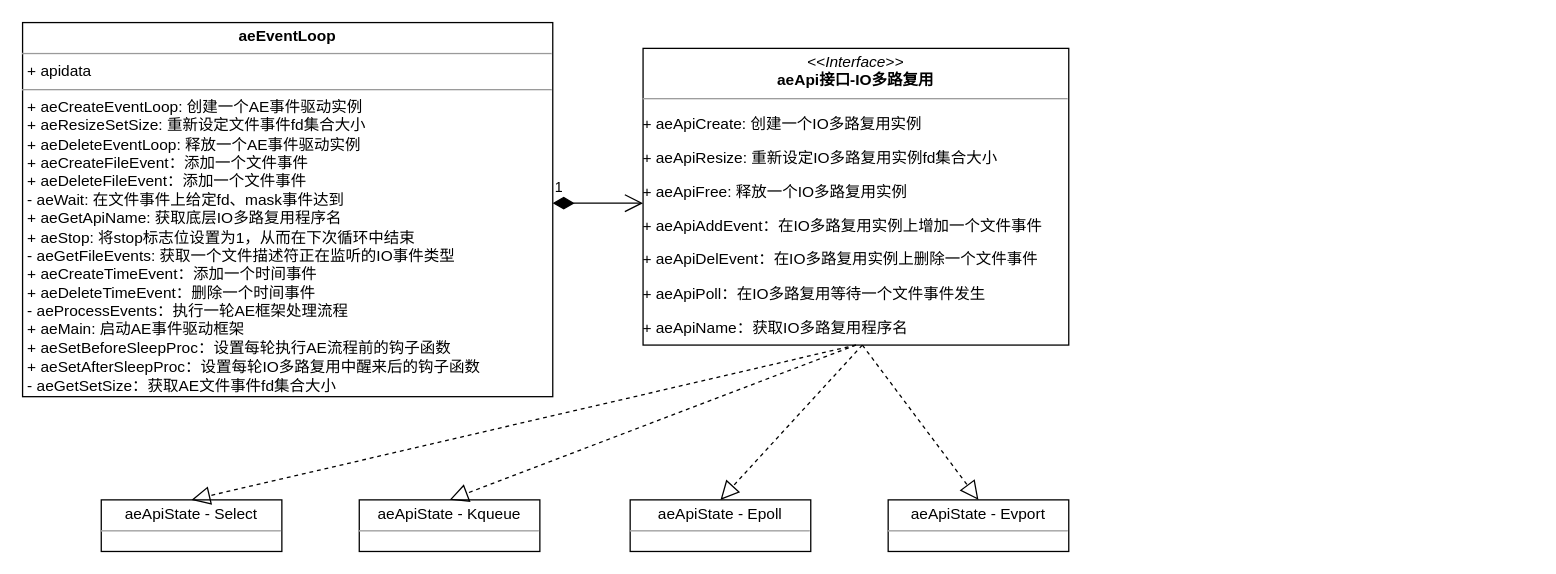
Before: ae_class.drawio in bulletjet786/drawio, a draw.io diagram. Source tidied: cells renumbered, new cells numbered last; positions are measured from the earlier drawing's top-left corner, leaving out a move shared by most shapes. Both pictures are drawn from the tidied source at 129%, with x=0, y=0 at pixel (22, 22).
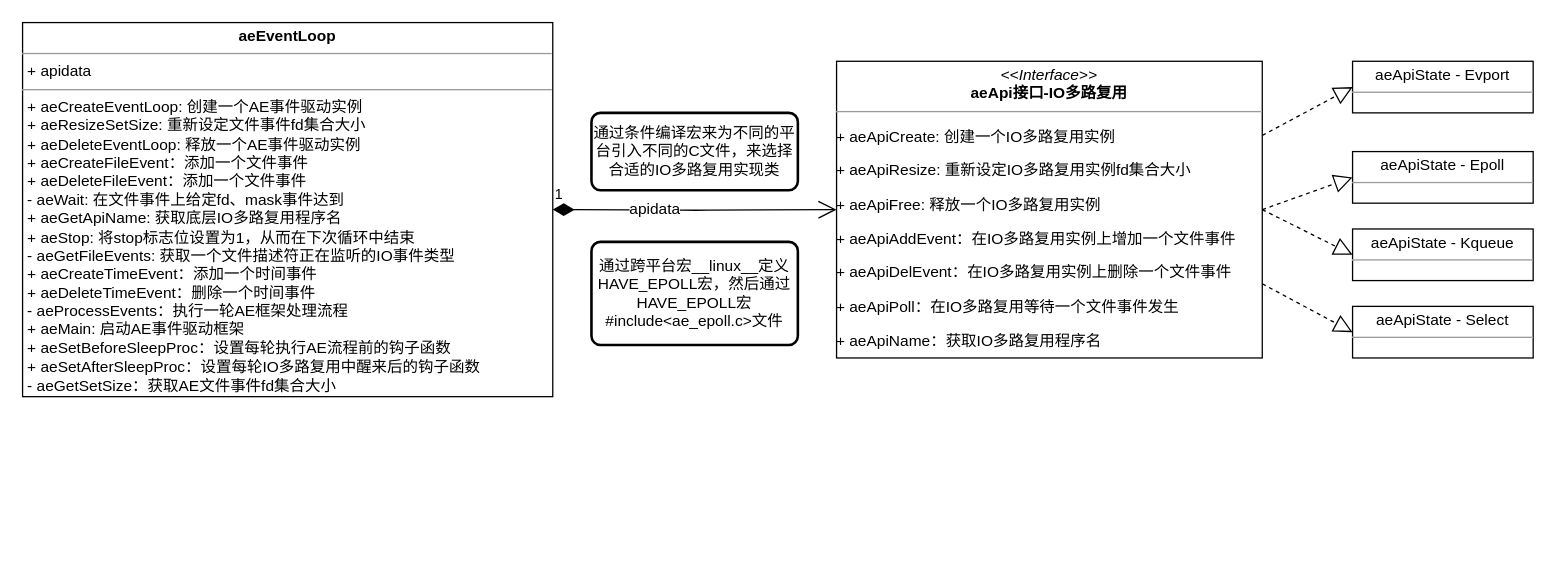
The same page after the edit.

What changed in the source:
```diff
@@
 <mxGraphModel>
   <root>
     <mxCell id="0" />
     <mxCell id="1" parent="0" />
     <mxCell id="2" value="&lt;p style=&quot;margin: 0px ; margin-top: 4px ; text-align: center&quot;&gt;&lt;b&gt;aeEventLoop&lt;/b&gt;&lt;/p&gt;&lt;hr size=&quot;1&quot;&gt;&lt;p style=&quot;margin: 0px ; margin-left: 4px&quot;&gt;+ apidata&lt;/p&gt;&lt;hr size=&quot;1&quot;&gt;&lt;p style=&quot;margin: 0px ; margin-left: 4px&quot;&gt;+ aeCreateEventLoop: 创建一个AE事件驱动实例&lt;/p&gt;&lt;p style=&quot;margin: 0px ; margin-left: 4px&quot;&gt;+&amp;nbsp;&lt;span&gt;aeResizeSetSize: 重新设定文件事件fd集合大小&lt;/span&gt;&lt;/p&gt;&lt;p style=&quot;margin: 0px ; margin-left: 4px&quot;&gt;+&amp;nbsp;&lt;span&gt;aeDeleteEventLoop&lt;/span&gt;&lt;span&gt;: 释放一个AE事件驱动实例&lt;/span&gt;&lt;/p&gt;&lt;p style=&quot;margin: 0px ; margin-left: 4px&quot;&gt;&lt;span&gt;+&amp;nbsp;&lt;/span&gt;&lt;span&gt;aeCreateFileEvent：添加一个文件事件&lt;/span&gt;&lt;/p&gt;&lt;p style=&quot;margin: 0px ; margin-left: 4px&quot;&gt;+&amp;nbsp;&lt;span&gt;aeDeleteFileEvent：&lt;/span&gt;&lt;span&gt;添加一个文件事件&lt;/span&gt;&lt;/p&gt;&lt;p style=&quot;margin: 0px ; margin-left: 4px&quot;&gt;&lt;span&gt;-&amp;nbsp;&lt;/span&gt;&lt;span&gt;aeWait: 在文件事件上给定fd、mask事件达到&lt;/span&gt;&lt;/p&gt;&lt;p style=&quot;margin: 0px ; margin-left: 4px&quot;&gt;&lt;span&gt;+&amp;nbsp;&lt;/span&gt;&lt;span&gt;aeGetApiName: 获取底层IO多路复用程序名&lt;/span&gt;&lt;/p&gt;&lt;p style=&quot;margin: 0px ; margin-left: 4px&quot;&gt;&lt;span&gt;+ aeStop: 将stop标志位设置为1，从而在下次循环中结束&lt;/span&gt;&lt;/p&gt;&lt;p style=&quot;margin: 0px ; margin-left: 4px&quot;&gt;&lt;span&gt;-&amp;nbsp;&lt;/span&gt;&lt;span&gt;aeGetFileEvents:&amp;nbsp;&lt;/span&gt;&lt;span&gt;获取一个文件描述符正在监听的&lt;/span&gt;&lt;span&gt;IO&lt;/span&gt;&lt;span&gt;事件类型&lt;/span&gt;&lt;/p&gt;&lt;p style=&quot;margin: 0px ; margin-left: 4px&quot;&gt;&lt;span&gt;+&amp;nbsp;&lt;/span&gt;&lt;span&gt;aeCreateTimeEvent：添加一个时间事件&lt;/span&gt;&lt;/p&gt;&lt;p style=&quot;margin: 0px ; margin-left: 4px&quot;&gt;&lt;span&gt;+&amp;nbsp;&lt;/span&gt;&lt;span&gt;aeDeleteTimeEvent：删除一个时间事件&lt;/span&gt;&lt;/p&gt;&lt;p style=&quot;margin: 0px ; margin-left: 4px&quot;&gt;&lt;span&gt;-&amp;nbsp;&lt;/span&gt;&lt;span&gt;aeProcessEvents：执行一轮AE框架处理流程&lt;/span&gt;&lt;/p&gt;&lt;p style=&quot;margin: 0px ; margin-left: 4px&quot;&gt;&lt;span&gt;+ aeMain: 启动AE事件驱动框架&lt;/span&gt;&lt;/p&gt;&lt;p style=&quot;margin: 0px ; margin-left: 4px&quot;&gt;&lt;span&gt;+&amp;nbsp;&lt;/span&gt;&lt;span&gt;aeSetBeforeSleepProc：设置每轮执行AE流程前的钩子函数&lt;/span&gt;&lt;/p&gt;&lt;p style=&quot;margin: 0px ; margin-left: 4px&quot;&gt;&lt;span&gt;+&amp;nbsp;&lt;/span&gt;&lt;span&gt;aeSetAfterSleepProc：设置每轮IO多路复用中醒来后的钩子函数&lt;/span&gt;&lt;/p&gt;&lt;p style=&quot;margin: 0px ; margin-left: 4px&quot;&gt;&lt;span&gt;-&amp;nbsp;&lt;/span&gt;&lt;span&gt;aeGetSetSize：获取AE文件事件fd集合大小&lt;/span&gt;&lt;/p&gt;" style="verticalAlign=top;align=left;overflow=fill;fontSize=12;fontFamily=Helvetica;html=1;" parent="1" vertex="1">
       <mxGeometry width="411" height="290" as="geometry" />
     </mxCell>
     <mxCell id="3" value="&lt;p style=&quot;margin: 0px ; margin-top: 4px ; text-align: center&quot;&gt;&lt;i&gt;&amp;lt;&amp;lt;Interface&amp;gt;&amp;gt;&lt;/i&gt;&lt;br&gt;&lt;b&gt;aeApi接口-IO多路复用&lt;/b&gt;&lt;/p&gt;&lt;hr size=&quot;1&quot;&gt;&lt;p style=&quot;margin: 0px ; margin-left: 4px&quot;&gt;&lt;/p&gt;&lt;p&gt;+&amp;nbsp;&lt;span&gt;aeApiCreate&lt;/span&gt;&lt;span&gt;: 创建一个IO多路复用实例&lt;/span&gt;&lt;/p&gt;&lt;p&gt;+ aeApiResize: 重新设定IO多路复用实例fd集合大小&lt;/p&gt;&lt;p&gt;+&amp;nbsp;aeApiFree: 释放一个IO多路复用实例&lt;/p&gt;&lt;p&gt;+&amp;nbsp;aeApiAddEvent：在IO多路复用实例上增加一个文件事件&lt;/p&gt;&lt;p&gt;+&amp;nbsp;aeApiDelEvent：在IO多路复用实例上删除一个文件事件&lt;/p&gt;&lt;p&gt;&lt;span&gt;+&amp;nbsp;aeApiPoll：在IO多路复用等待一个文件事件发生&lt;/span&gt;&lt;/p&gt;&lt;p&gt;+ aeApiName：获取IO多路复用程序名&lt;/p&gt;" style="verticalAlign=top;align=left;overflow=fill;fontSize=12;fontFamily=Helvetica;html=1;" parent="1" vertex="1">
-      <mxGeometry x="481" y="20" width="330" height="230" as="geometry" />
+      <mxGeometry x="631" y="30" width="330" height="230" as="geometry" />
     </mxCell>
-    <mxCell id="4" value="1" style="endArrow=open;html=1;endSize=12;startArrow=diamondThin;startSize=14;startFill=1;edgeStyle=orthogonalEdgeStyle;align=left;verticalAlign=bottom;" parent="1" edge="1">
+    <mxCell id="4" value="1" style="endArrow=open;html=1;endSize=12;startArrow=diamondThin;startSize=14;startFill=1;edgeStyle=orthogonalEdgeStyle;align=left;verticalAlign=bottom;entryX=0;entryY=0.5;entryDx=0;entryDy=0;" parent="1" edge="1" target="3">
       <mxGeometry x="-1" y="3" relative="1" as="geometry">
-        <mxPoint x="411" y="140" as="sourcePoint" />
-        <mxPoint x="481" y="140" as="targetPoint" />
+        <mxPoint x="411" y="145" as="sourcePoint" />
       </mxGeometry>
     </mxCell>
+    <mxCell id="13" value="apidata" style="text;html=1;align=center;verticalAlign=middle;labelBackgroundColor=#ffffff;" parent="4" vertex="1">
+      <mxGeometry x="-0.29" y="1" relative="1" as="geometry" />
+    </mxCell>
     <mxCell id="5" value="&lt;p style=&quot;margin: 0px ; margin-top: 4px ; text-align: center&quot;&gt;aeApiState - Select&lt;/p&gt;&lt;hr size=&quot;1&quot;&gt;&lt;div style=&quot;height: 2px&quot;&gt;&lt;/div&gt;" style="verticalAlign=top;align=left;overflow=fill;fontSize=12;fontFamily=Helvetica;html=1;" parent="1" vertex="1">
-      <mxGeometry x="61" y="370" width="140" height="40" as="geometry" />
+      <mxGeometry x="1031" y="220" width="140" height="40" as="geometry" />
     </mxCell>
     <mxCell id="6" value="&lt;p style=&quot;margin: 0px ; margin-top: 4px ; text-align: center&quot;&gt;aeApiState - Kqueue&lt;/p&gt;&lt;hr size=&quot;1&quot;&gt;&lt;div style=&quot;height: 2px&quot;&gt;&lt;/div&gt;" style="verticalAlign=top;align=left;overflow=fill;fontSize=12;fontFamily=Helvetica;html=1;" parent="1" vertex="1">
-      <mxGeometry x="261" y="370" width="140" height="40" as="geometry" />
+      <mxGeometry x="1031" y="160" width="140" height="40" as="geometry" />
     </mxCell>
     <mxCell id="7" value="&lt;p style=&quot;margin: 0px ; margin-top: 4px ; text-align: center&quot;&gt;aeApiState - Epoll&lt;/p&gt;&lt;hr size=&quot;1&quot;&gt;&lt;div style=&quot;height: 2px&quot;&gt;&lt;/div&gt;" style="verticalAlign=top;align=left;overflow=fill;fontSize=12;fontFamily=Helvetica;html=1;" parent="1" vertex="1">
-      <mxGeometry x="471" y="370" width="140" height="40" as="geometry" />
+      <mxGeometry x="1031" y="100" width="140" height="40" as="geometry" />
     </mxCell>
     <mxCell id="8" value="&lt;p style=&quot;margin: 0px ; margin-top: 4px ; text-align: center&quot;&gt;aeApiState - Evport&lt;/p&gt;&lt;hr size=&quot;1&quot;&gt;&lt;div style=&quot;height: 2px&quot;&gt;&lt;/div&gt;" style="verticalAlign=top;align=left;overflow=fill;fontSize=12;fontFamily=Helvetica;html=1;" parent="1" vertex="1">
-      <mxGeometry x="671" y="370" width="140" height="40" as="geometry" />
+      <mxGeometry x="1031" y="30" width="140" height="40" as="geometry" />
     </mxCell>
-    <mxCell id="9" style="endArrow=block;dashed=1;endFill=0;endSize=12;html=1;entryX=0.5;entryY=0;entryDx=0;entryDy=0;exitX=0.5;exitY=1;exitDx=0;exitDy=0;" parent="1" edge="1" source="3" target="6">
+    <mxCell id="9" style="endArrow=block;dashed=1;endFill=0;endSize=12;html=1;entryX=0;entryY=0.5;entryDx=0;entryDy=0;exitX=1;exitY=0.5;exitDx=0;exitDy=0;" parent="1" edge="1" source="3" target="6">
       <mxGeometry relative="1" as="geometry" />
     </mxCell>
-    <mxCell id="10" style="endArrow=block;dashed=1;endFill=0;endSize=12;html=1;exitX=0.5;exitY=1;exitDx=0;exitDy=0;entryX=0.5;entryY=0;entryDx=0;entryDy=0;" parent="1" edge="1" source="3" target="5">
+    <mxCell id="10" style="endArrow=block;dashed=1;endFill=0;endSize=12;html=1;entryX=0;entryY=0.5;entryDx=0;entryDy=0;exitX=1;exitY=0.75;exitDx=0;exitDy=0;" parent="1" edge="1" source="3" target="5">
       <mxGeometry relative="1" as="geometry" />
     </mxCell>
-    <mxCell id="11" style="endArrow=block;dashed=1;endFill=0;endSize=12;html=1;entryX=0.5;entryY=0;entryDx=0;entryDy=0;" parent="1" edge="1" target="7">
-      <mxGeometry relative="1" as="geometry">
-        <mxPoint x="651" y="250" as="sourcePoint" />
-      </mxGeometry>
+    <mxCell id="11" style="endArrow=block;dashed=1;endFill=0;endSize=12;html=1;entryX=0;entryY=0.5;entryDx=0;entryDy=0;exitX=1;exitY=0.5;exitDx=0;exitDy=0;" parent="1" edge="1" source="3" target="7">
+      <mxGeometry relative="1" as="geometry" />
     </mxCell>
-    <mxCell id="12" style="endArrow=block;dashed=1;endFill=0;endSize=12;html=1;entryX=0.5;entryY=0;entryDx=0;entryDy=0;" parent="1" edge="1" target="8">
-      <mxGeometry relative="1" as="geometry">
-        <mxPoint x="651" y="250" as="sourcePoint" />
-      </mxGeometry>
+    <mxCell id="12" style="endArrow=block;dashed=1;endFill=0;endSize=12;html=1;entryX=0;entryY=0.5;entryDx=0;entryDy=0;exitX=1;exitY=0.25;exitDx=0;exitDy=0;" parent="1" edge="1" source="3" target="8">
+      <mxGeometry relative="1" as="geometry" />
     </mxCell>
+    <mxCell id="14" value="通过条件编译宏来为不同的平台引入不同的C文件，来选择合适的IO多路复用实现类" style="rounded=1;whiteSpace=wrap;html=1;absoluteArcSize=1;arcSize=14;strokeWidth=2;" parent="1" vertex="1">
+      <mxGeometry x="441" y="70" width="160" height="60" as="geometry" />
+    </mxCell>
+    <mxCell id="15" value="通过跨平台宏__linux__定义HAVE_EPOLL宏，然后通过HAVE_EPOLL宏#include&amp;lt;ae_epoll.c&amp;gt;文件" style="rounded=1;whiteSpace=wrap;html=1;absoluteArcSize=1;arcSize=14;strokeWidth=2;" parent="1" vertex="1">
+      <mxGeometry x="441" y="170" width="160" height="80" as="geometry" />
+    </mxCell>
   </root>
 </mxGraphModel>
```
